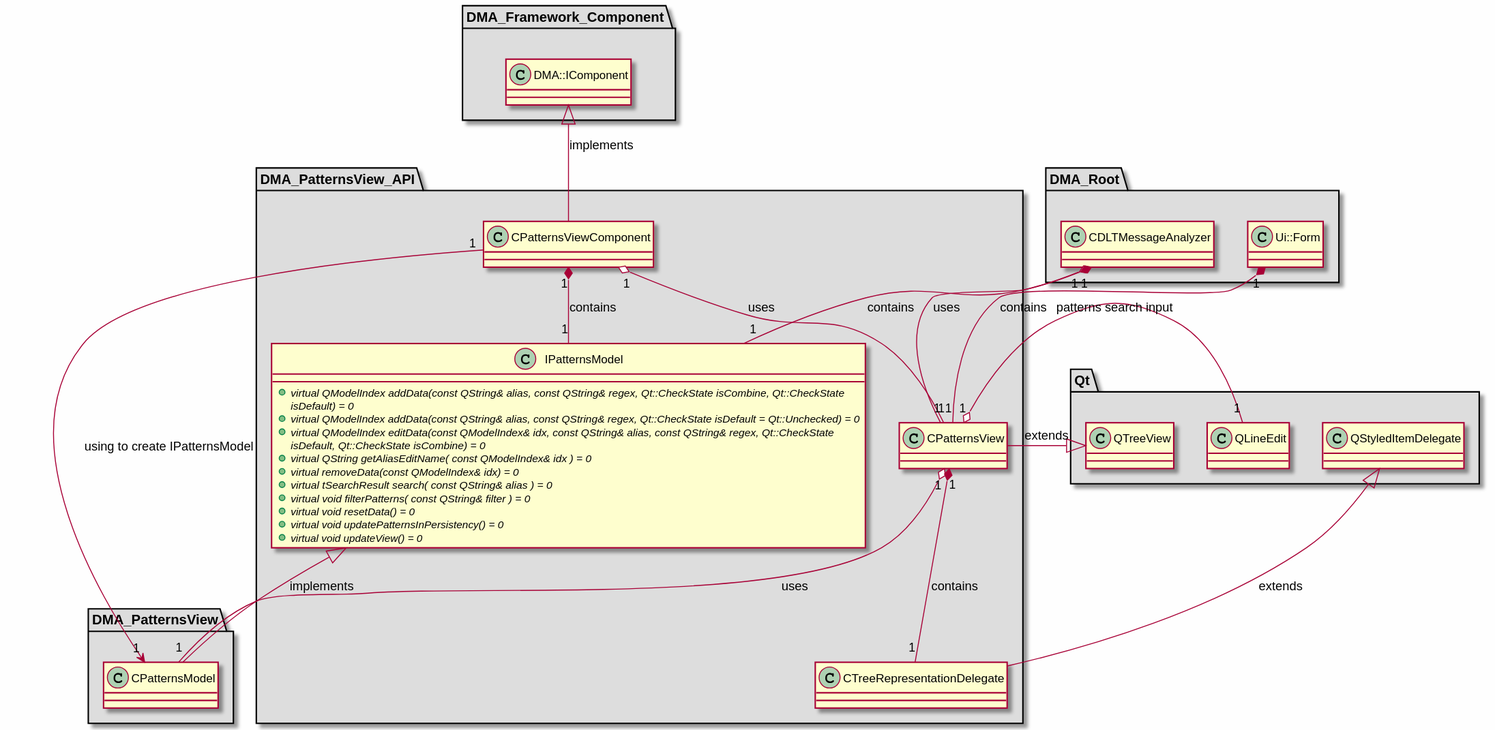
Before: md/dev_docs/puml/DMA_PatternsView_API.svg, a diagram exported from PlantUML (svlad-90/DLT-Message-Analyzer).
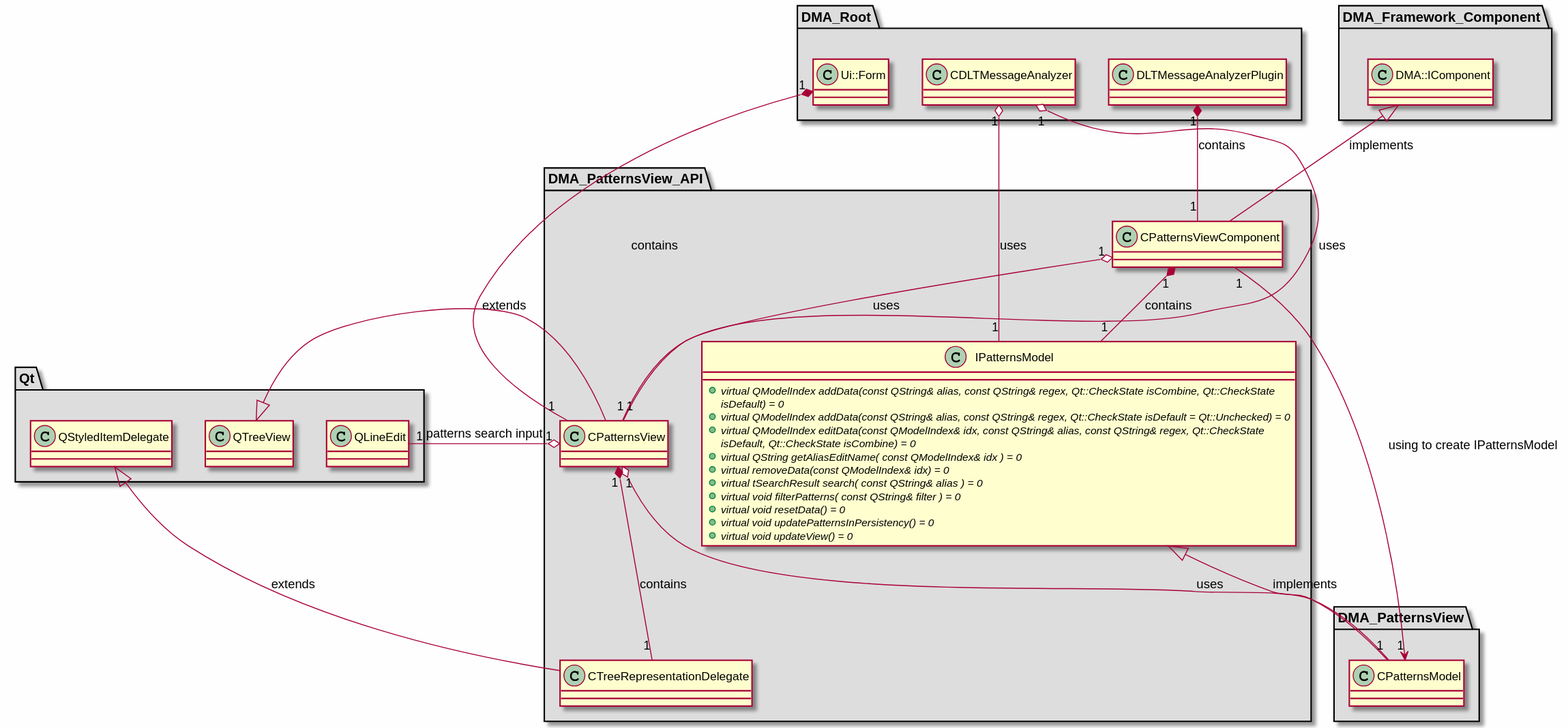
After the change.

Diff of the diagram source:
```diff
@@ -58,6 +58,10 @@
 {
 }
 
+class "DLTMessageAnalyzerPlugin"
+{
+}
+
 class "Ui::Form"
 {
 }
@@ -93,7 +97,8 @@
 CPatternsViewComponent "1" o-- "1" CPatternsView : uses
 CPatternsViewComponent "1" *-- "1" IPatternsModel : contains
 CDLTMessageAnalyzer "1" o-- "1" CPatternsView : uses
-CDLTMessageAnalyzer "1" *-- "1" IPatternsModel : contains
+CDLTMessageAnalyzer "1" o-- "1" IPatternsModel : uses
+DLTMessageAnalyzerPlugin "1" *-- "1" CPatternsViewComponent : contains
 Ui::Form "1" *-- "1" CPatternsView : contains
 
 @enduml
```
